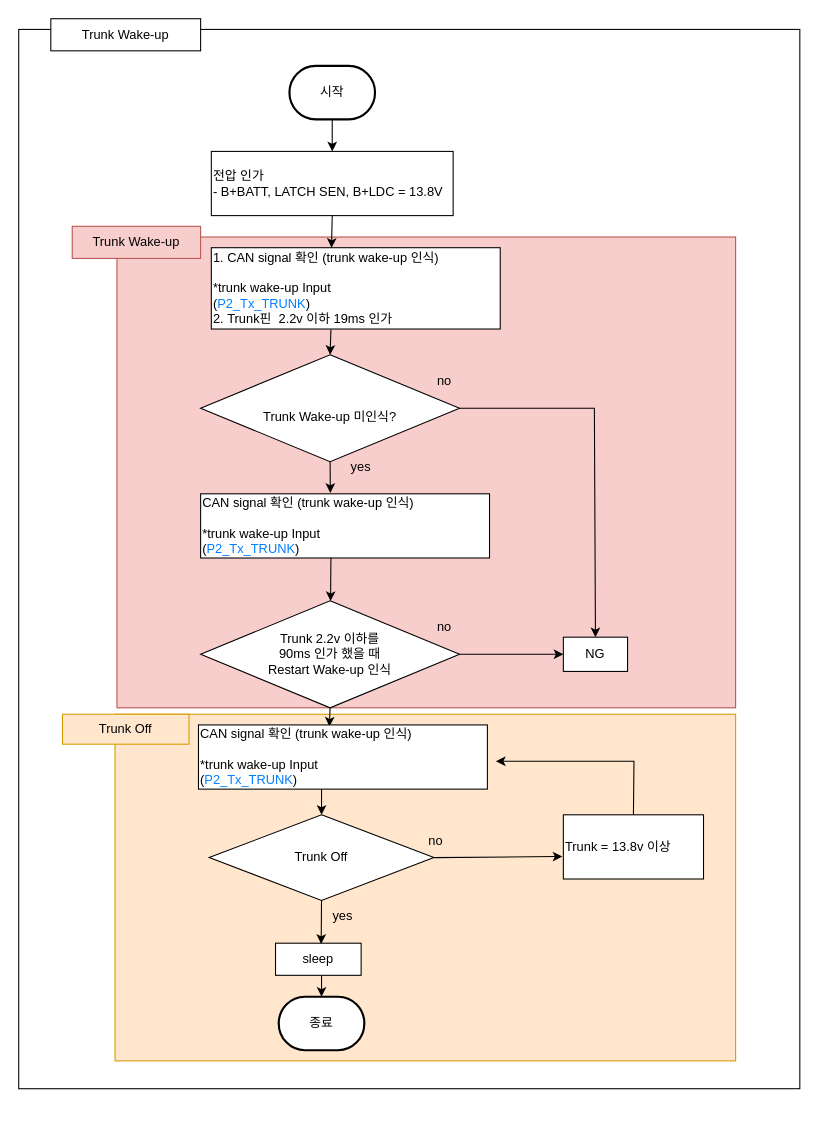
Before: Trunk Wake-up.drawio in chaeyoonl/state-transition-diagram-test, a draw.io diagram. Source tidied: cells renumbered, new cells numbered last; positions are measured from the earlier drawing's top-left corner, leaving out a move shared by most shapes. Both pictures are drawn from the tidied source at 107%, with x=0, y=0 at pixel (18, 18).
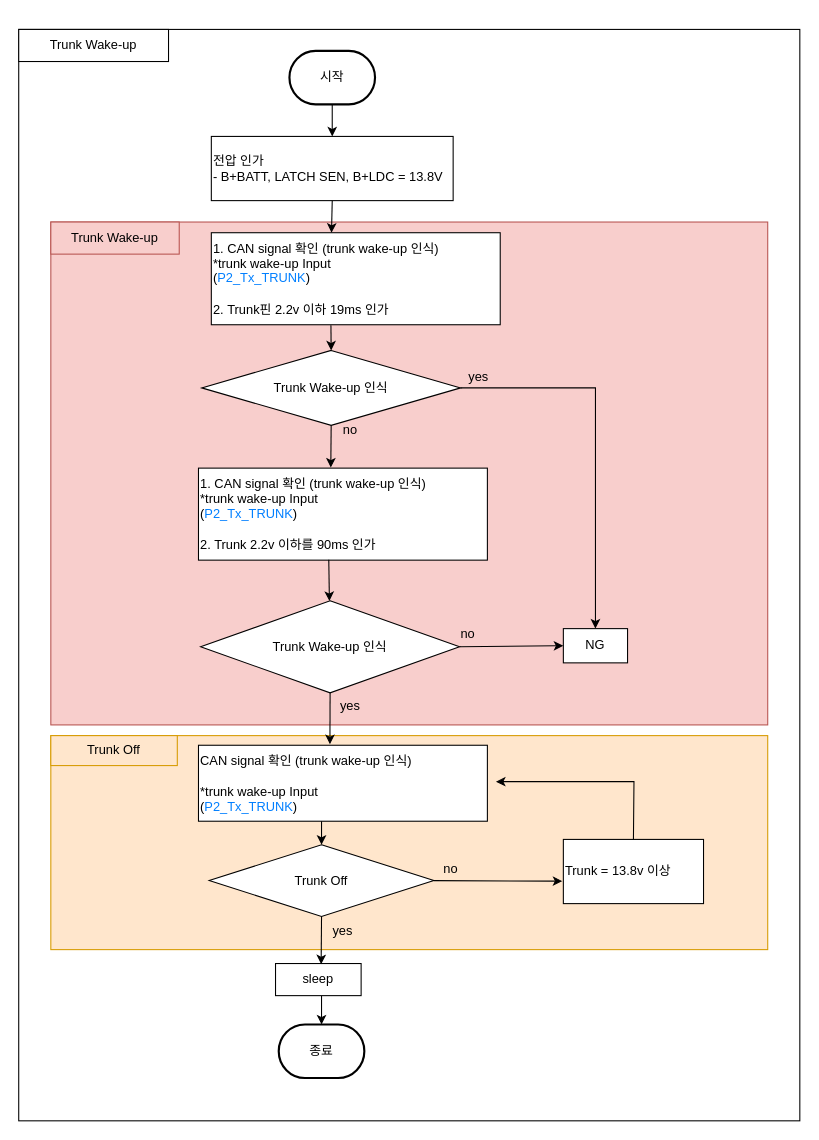
Above is the later version.

Diff of the diagram source:
```diff
@@
     <mxCell id="2" style="rounded=0;whiteSpace=wrap;html=1;" parent="1" vertex="1">
-      <mxGeometry y="10" width="730" height="990" as="geometry" />
+      <mxGeometry y="10" width="730" height="1020" as="geometry" />
     </mxCell>
     <mxCell id="3" value="Trunk Wake-up" style="rounded=0;whiteSpace=wrap;html=1;" parent="1" vertex="1">
-      <mxGeometry x="30" width="140" height="30" as="geometry" />
+      <mxGeometry y="10" width="140" height="30" as="geometry" />
     </mxCell>
     <mxCell id="4" style="rounded=0;whiteSpace=wrap;html=1;fillColor=#f8cecc;strokeColor=#b85450;" parent="1" vertex="1">
-      <mxGeometry x="91.8" y="204" width="578.2" height="440" as="geometry" />
+      <mxGeometry x="30" y="190" width="670" height="470" as="geometry" />
     </mxCell>
     <mxCell id="5" value="&lt;span style=&quot;color: rgb(0, 0, 0); font-family: Helvetica; font-size: 12px; font-style: normal; font-variant-ligatures: normal; font-variant-caps: normal; font-weight: 400; letter-spacing: normal; orphans: 2; text-align: center; text-indent: 0px; text-transform: none; widows: 2; word-spacing: 0px; -webkit-text-stroke-width: 0px; text-decoration-thickness: initial; text-decoration-style: initial; text-decoration-color: initial; float: none; display: inline !important;&quot;&gt;Trunk Wake-up&lt;br&gt;&lt;/span&gt;" style="rounded=0;whiteSpace=wrap;html=1;fillColor=#f8cecc;strokeColor=#b85450;fillStyle=solid;labelBackgroundColor=none;" parent="1" vertex="1">
-      <mxGeometry x="50" y="194" width="120" height="30" as="geometry" />
+      <mxGeometry x="30" y="190" width="120" height="30" as="geometry" />
     </mxCell>
     <mxCell id="6" value="시작" style="strokeWidth=2;html=1;shape=mxgraph.flowchart.terminator;whiteSpace=wrap;" parent="1" vertex="1">
-      <mxGeometry x="253" y="44" width="80" height="50" as="geometry" />
+      <mxGeometry x="253" y="30" width="80" height="50" as="geometry" />
     </mxCell>
     <mxCell id="7" value="전압 인가&lt;br&gt;- B+BATT, LATCH SEN, B+LDC = 13.8V" style="rounded=0;whiteSpace=wrap;html=1;align=left;" parent="1" vertex="1">
-      <mxGeometry x="180" y="124" width="226" height="60" as="geometry" />
+      <mxGeometry x="180" y="110" width="226" height="60" as="geometry" />
     </mxCell>
-    <mxCell id="8" value="&lt;br&gt;Trunk Wake-up 미인식?&lt;br&gt;" style="rhombus;whiteSpace=wrap;html=1;" parent="1" vertex="1">
-      <mxGeometry x="170" y="314" width="242" height="100" as="geometry" />
+    <mxCell id="8" value="Trunk Wake-up 인식" style="rhombus;whiteSpace=wrap;html=1;" parent="1" vertex="1">
+      <mxGeometry x="171" y="310" width="242" height="70" as="geometry" />
     </mxCell>
@@
     <mxCell id="11" value="no" style="text;html=1;strokeColor=none;fillColor=none;align=center;verticalAlign=middle;whiteSpace=wrap;rounded=0;" parent="1" vertex="1">
-      <mxGeometry x="368" y="324" width="60" height="30" as="geometry" />
+      <mxGeometry x="280" y="370" width="60" height="30" as="geometry" />
     </mxCell>
     <mxCell id="12" value="yes" style="text;html=1;strokeColor=none;fillColor=none;align=center;verticalAlign=middle;whiteSpace=wrap;rounded=0;" parent="1" vertex="1">
-      <mxGeometry x="290" y="404" width="60" height="30" as="geometry" />
+      <mxGeometry x="400" y="320" width="60" height="30" as="geometry" />
     </mxCell>
     <mxCell id="13" style="endArrow=classic;html=1;rounded=0;exitX=1;exitY=0.5;exitDx=0;exitDy=0;entryX=0.5;entryY=0;entryDx=0;entryDy=0;" parent="1" edge="1" source="8" target="23">
       <mxGeometry relative="1" as="geometry">
         <Array as="points">
-          <mxPoint x="538" y="364" />
+          <mxPoint x="539" y="345" />
         </Array>
       </mxGeometry>
     </mxCell>
-    <mxCell id="14" value="1. CAN signal 확인 (trunk wake-up 인식)&lt;br style=&quot;border-color: var(--border-color);&quot;&gt;&lt;br style=&quot;border-color: var(--border-color);&quot;&gt;*trunk wake-up&amp;nbsp;Input&amp;nbsp;&lt;br style=&quot;border-color: var(--border-color);&quot;&gt;(&lt;font style=&quot;border-color: var(--border-color);&quot; color=&quot;#007fff&quot;&gt;P2_Tx_TRUNK&lt;/font&gt;)&lt;br&gt;2.&amp;nbsp;Trunk핀&amp;nbsp; 2.2v 이하&amp;nbsp;&lt;span style=&quot;text-align: center;&quot;&gt;19ms 인가&lt;/span&gt;" style="rounded=0;whiteSpace=wrap;html=1;align=left;" parent="1" vertex="1">
-      <mxGeometry x="180" y="214" width="270" height="76" as="geometry" />
+    <mxCell id="14" value="1. CAN signal 확인 (trunk wake-up 인식)&lt;br style=&quot;border-color: var(--border-color);&quot;&gt;*trunk wake-up&amp;nbsp;Input&amp;nbsp;&lt;br style=&quot;border-color: var(--border-color);&quot;&gt;(&lt;font style=&quot;border-color: var(--border-color);&quot; color=&quot;#007fff&quot;&gt;P2_Tx_TRUNK&lt;/font&gt;)&lt;br&gt;&lt;br&gt;2.&amp;nbsp;Trunk핀 2.2v 이하&amp;nbsp;&lt;span style=&quot;text-align: center;&quot;&gt;19ms 인가&lt;/span&gt;" style="rounded=0;whiteSpace=wrap;html=1;align=left;" parent="1" vertex="1">
+      <mxGeometry x="180" y="200" width="270" height="86" as="geometry" />
     </mxCell>
@@
-    <mxCell id="16" style="endArrow=classic;html=1;rounded=0;exitX=0.5;exitY=1;exitDx=0;exitDy=0;entryX=0.449;entryY=-0.014;entryDx=0;entryDy=0;entryPerimeter=0;" parent="1" edge="1" source="8" target="17">
+    <mxCell id="16" style="endArrow=classic;html=1;rounded=0;exitX=0.5;exitY=1;exitDx=0;exitDy=0;entryX=0.458;entryY=-0.006;entryDx=0;entryDy=0;entryPerimeter=0;" parent="1" edge="1" source="8" target="17">
       <mxGeometry relative="1" as="geometry" />
     </mxCell>
-    <mxCell id="17" value="CAN signal 확인 (trunk wake-up 인식)&lt;br style=&quot;border-color: var(--border-color);&quot;&gt;&lt;br style=&quot;border-color: var(--border-color);&quot;&gt;*trunk wake-up&amp;nbsp;Input&amp;nbsp;&lt;br style=&quot;border-color: var(--border-color);&quot;&gt;(&lt;font style=&quot;border-color: var(--border-color);&quot; color=&quot;#007fff&quot;&gt;P2_Tx_TRUNK&lt;/font&gt;)" style="rounded=0;whiteSpace=wrap;html=1;align=left;" parent="1" vertex="1">
-      <mxGeometry x="170" y="444" width="270" height="60" as="geometry" />
+    <mxCell id="17" value="1. CAN signal 확인 (trunk wake-up 인식)&lt;br style=&quot;border-color: var(--border-color);&quot;&gt;*trunk wake-up&amp;nbsp;Input&amp;nbsp;&lt;br style=&quot;border-color: var(--border-color);&quot;&gt;(&lt;font style=&quot;border-color: var(--border-color);&quot; color=&quot;#007fff&quot;&gt;P2_Tx_TRUNK&lt;/font&gt;)&lt;br&gt;&lt;br&gt;2. Trunk 2.2v 이하를&amp;nbsp;&lt;span style=&quot;text-align: center;&quot;&gt;90ms 인가&lt;/span&gt;" style="rounded=0;whiteSpace=wrap;html=1;align=left;" parent="1" vertex="1">
+      <mxGeometry x="168" y="420" width="270" height="86" as="geometry" />
     </mxCell>
     <mxCell id="18" style="rounded=0;whiteSpace=wrap;html=1;fillColor=#ffe6cc;strokeColor=#d79b00;" parent="1" vertex="1">
-      <mxGeometry x="90" y="650" width="580" height="324" as="geometry" />
+      <mxGeometry x="30" y="670" width="670" height="200" as="geometry" />
     </mxCell>
     <mxCell id="19" value="&lt;span style=&quot;color: rgb(0, 0, 0); font-family: Helvetica; font-size: 12px; font-style: normal; font-variant-ligatures: normal; font-variant-caps: normal; font-weight: 400; letter-spacing: normal; orphans: 2; text-align: center; text-indent: 0px; text-transform: none; widows: 2; word-spacing: 0px; -webkit-text-stroke-width: 0px; text-decoration-thickness: initial; text-decoration-style: initial; text-decoration-color: initial; float: none; display: inline !important;&quot;&gt;Trunk Off&lt;br&gt;&lt;/span&gt;" style="rounded=0;whiteSpace=wrap;html=1;fillColor=#ffe6cc;strokeColor=#d79b00;labelBackgroundColor=none;" parent="1" vertex="1">
-      <mxGeometry x="40.9" y="650" width="118.2" height="28" as="geometry" />
+      <mxGeometry x="30" y="670" width="118.2" height="28" as="geometry" />
     </mxCell>
-    <mxCell id="20" value="Trunk 2.2v 이하를&lt;br&gt;90ms 인가 했을 때 &lt;br&gt;Restart Wake-up 인식" style="rhombus;whiteSpace=wrap;html=1;" parent="1" vertex="1">
-      <mxGeometry x="170" y="544" width="242" height="100" as="geometry" />
+    <mxCell id="20" value="Trunk Wake-up 인식" style="rhombus;whiteSpace=wrap;html=1;" parent="1" vertex="1">
+      <mxGeometry x="170" y="544" width="242" height="86" as="geometry" />
     </mxCell>
     <mxCell id="21" value="no" style="text;html=1;strokeColor=none;fillColor=none;align=center;verticalAlign=middle;whiteSpace=wrap;rounded=0;" parent="1" vertex="1">
-      <mxGeometry x="368" y="554" width="60" height="30" as="geometry" />
+      <mxGeometry x="390" y="560" width="60" height="30" as="geometry" />
     </mxCell>
@@
     <mxCell id="23" value="NG" style="rounded=0;whiteSpace=wrap;html=1;align=center;" parent="1" vertex="1">
-      <mxGeometry x="509" y="578" width="60" height="32" as="geometry" />
+      <mxGeometry x="509" y="570" width="60" height="32" as="geometry" />
     </mxCell>
@@
     <mxCell id="25" value="종료" style="strokeWidth=2;html=1;shape=mxgraph.flowchart.terminator;whiteSpace=wrap;" parent="1" vertex="1">
-      <mxGeometry x="243" y="914" width="80" height="50" as="geometry" />
+      <mxGeometry x="243" y="940" width="80" height="50" as="geometry" />
     </mxCell>
     <mxCell id="26" value="Trunk&amp;nbsp;Off" style="rhombus;whiteSpace=wrap;html=1;" parent="1" vertex="1">
-      <mxGeometry x="178" y="744" width="210" height="80" as="geometry" />
+      <mxGeometry x="178" y="772" width="210" height="67" as="geometry" />
     </mxCell>
     <mxCell id="27" style="endArrow=classic;html=1;rounded=0;exitX=0.5;exitY=1;exitDx=0;exitDy=0;entryX=0.5;entryY=0;entryDx=0;entryDy=0;" parent="1" edge="1" target="26">
       <mxGeometry relative="1" as="geometry">
-        <mxPoint x="283" y="704" as="sourcePoint" />
+        <mxPoint x="283" y="723" as="sourcePoint" />
       </mxGeometry>
     </mxCell>
     <mxCell id="28" style="endArrow=classic;html=1;rounded=0;exitX=0.5;exitY=1;exitDx=0;exitDy=0;entryX=0.5;entryY=0;entryDx=0;entryDy=0;entryPerimeter=0;" parent="1" edge="1" target="25">
       <mxGeometry relative="1" as="geometry">
-        <mxPoint x="283" y="894" as="sourcePoint" />
+        <mxPoint x="283" y="913" as="sourcePoint" />
       </mxGeometry>
     </mxCell>
     <mxCell id="29" value="Trunk = 13.8v 이상" style="rounded=0;whiteSpace=wrap;html=1;align=left;" parent="1" vertex="1">
-      <mxGeometry x="509" y="744" width="131" height="60" as="geometry" />
+      <mxGeometry x="509" y="767" width="131" height="60" as="geometry" />
     </mxCell>
@@
     <mxCell id="31" value="sleep" style="rounded=0;whiteSpace=wrap;html=1;align=center;" parent="1" vertex="1">
-      <mxGeometry x="240" y="864" width="80" height="30" as="geometry" />
+      <mxGeometry x="240" y="883" width="80" height="30" as="geometry" />
     </mxCell>
@@
     <mxCell id="33" value="yes" style="text;html=1;strokeColor=none;fillColor=none;align=center;verticalAlign=middle;whiteSpace=wrap;rounded=0;" parent="1" vertex="1">
-      <mxGeometry x="273" y="824" width="60" height="30" as="geometry" />
+      <mxGeometry x="273" y="838" width="60" height="30" as="geometry" />
     </mxCell>
     <mxCell id="34" value="no" style="text;html=1;strokeColor=none;fillColor=none;align=center;verticalAlign=middle;whiteSpace=wrap;rounded=0;" parent="1" vertex="1">
-      <mxGeometry x="360" y="754" width="60" height="30" as="geometry" />
+      <mxGeometry x="374" y="780" width="60" height="30" as="geometry" />
     </mxCell>
     <mxCell id="35" style="endArrow=classic;html=1;rounded=0;exitX=0.5;exitY=0;exitDx=0;exitDy=0;" parent="1" edge="1" source="29">
       <mxGeometry relative="1" as="geometry">
-        <mxPoint x="446" y="694" as="targetPoint" />
+        <mxPoint x="446" y="713" as="targetPoint" />
         <Array as="points">
-          <mxPoint x="575" y="694" />
+          <mxPoint x="575" y="713" />
         </Array>
       </mxGeometry>
     </mxCell>
-    <mxCell id="36" style="endArrow=classic;html=1;rounded=0;exitX=0.5;exitY=1;exitDx=0;exitDy=0;entryX=0.453;entryY=0.025;entryDx=0;entryDy=0;entryPerimeter=0;" parent="1" edge="1" target="37">
-      <mxGeometry relative="1" as="geometry">
-        <mxPoint x="291" y="644" as="sourcePoint" />
-      </mxGeometry>
+    <mxCell id="36" style="endArrow=classic;html=1;rounded=0;entryX=0.455;entryY=-0.014;entryDx=0;entryDy=0;entryPerimeter=0;exitX=0.5;exitY=1;exitDx=0;exitDy=0;" parent="1" edge="1" source="20" target="37">
+      <mxGeometry relative="1" as="geometry" />
     </mxCell>
     <mxCell id="37" value="CAN signal 확인 (trunk wake-up 인식)&lt;br&gt;&lt;br&gt;*trunk wake-up&amp;nbsp;Input&amp;nbsp;&lt;br&gt;(&lt;font color=&quot;#007fff&quot;&gt;P2_Tx_TRUNK&lt;/font&gt;)" style="rounded=0;whiteSpace=wrap;html=1;align=left;" parent="1" vertex="1">
-      <mxGeometry x="168" y="660" width="270" height="60" as="geometry" />
+      <mxGeometry x="168" y="679" width="270" height="71" as="geometry" />
     </mxCell>
+    <mxCell id="38" value="yes" style="text;html=1;strokeColor=none;fillColor=none;align=center;verticalAlign=middle;whiteSpace=wrap;rounded=0;" parent="1" vertex="1">
+      <mxGeometry x="280" y="628" width="60" height="30" as="geometry" />
+    </mxCell>
```
